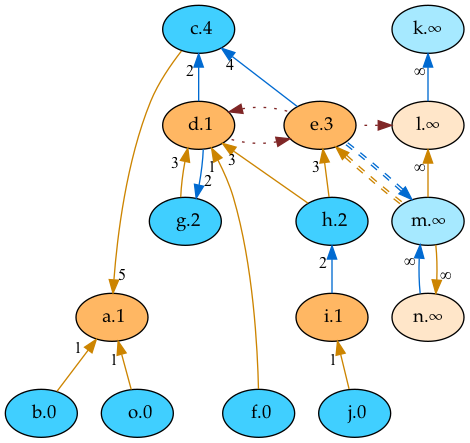
Before: imgs/af_example/clean_backward_arg_pw_2.png, a diagram exported from Graphviz (idaks/Games-and-Argumentation). Its source is kept beside it as imgs/af_example/clean_backward_arg_pw_2.dot. Its diagram source:
```dot
digraph {
    rankdir="TB"
    node [style=filled fontname="Palatino" fontsize=14]
    node [fillcolor="#40cfff"]
    b [label=" b.0"]
    f [label=" f.0"]
    j [label=" j.0"]
    o [label=" o.0"]
    g [label=" g.2"]
    h [label=" h.2"]
    c [label=" c.4"]
    node [fillcolor="#a6e9ff"]
    k [label="k.∞"]
    m [label="m.∞"]
    node [fillcolor="#ffb763"]
    i [label=" i.1"]
    d [label=" d.1"]
    a [label=" a.1"]
    e [label=" e.3"]
    node [fillcolor="#ffe6c9"]
    l [label="l.∞"]
    n [label="n.∞"]
    edge[labeldistance=1.5 fontsize=12]
    edge [color="#006ad1" style="solid" dir="back" taillabel="∞"]
          k -> l
          m -> n
    edge [color="#cc8400" style="solid" dir="back" taillabel="∞"]
          l -> m
          n -> m
    edge [color="#cc8400" style="solid" dir="back" taillabel="1"]
          a -> b
          d -> f
          i -> j
          a -> o
    edge [color="#cc8400" style="solid" dir="back" taillabel="3"]
          e -> h
          d -> g
          d -> h
    edge [color="#cc8400" style="solid" dir="back" taillabel="5"]
          a -> c
    edge [color="#006ad1" style="solid" dir="back" taillabel="2"]
          c -> d
          g -> d
          h -> i
    edge [color="#006ad1" style="solid" dir="back" taillabel="4"]
          c -> e
    edge [color="#7f2626" style="dotted" dir="back" taillabel="" constraint=false]
          l -> e
          e -> d
          d -> e
    edge [color="#cc8400:#cc8400" style="dashed" dir="back" taillabel="" constraint=false]
          e -> m
    edge [color="#006ad1:#006ad1" style="dashed" dir="back" taillabel="" constraint=false]
          m -> e
    {rank = max b f j o}
    {rank = min c}
}
```
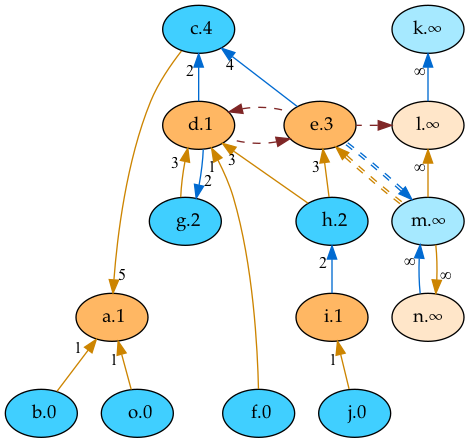
The same diagram one commit later.

The edit, as a diff of the source:
```diff
@@ -44,7 +44,7 @@
           h -> i
     edge [color="#006ad1" style="solid" dir="back" taillabel="4"]
           c -> e
-    edge [color="#7f2626" style="dotted" dir="back" taillabel="" constraint=false]
+    edge [color="#7f2626" style="dashed" dir="back" taillabel="" constraint=false]
           l -> e
           e -> d
           d -> e
```
